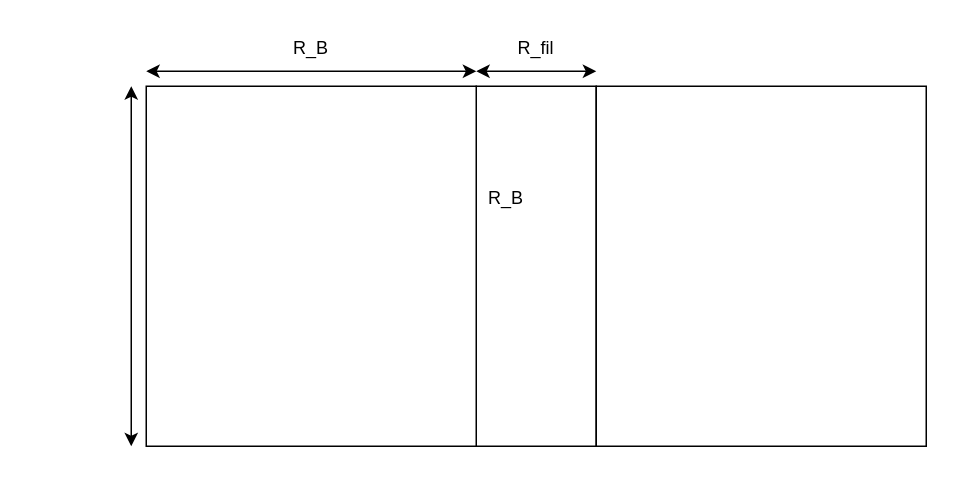
KyuriTaima/CygnusDynamics keeps this draw.io diagram as DrawIo/Filament_géométrie.drawio. Above is the earlier version. Source tidied: cells renumbered, new cells numbered last; positions are measured from the earlier drawing's top-left corner, leaving out a move shared by most shapes. Both pictures are drawn from the tidied source at 150%, with x=0, y=0 at pixel (130, 26).
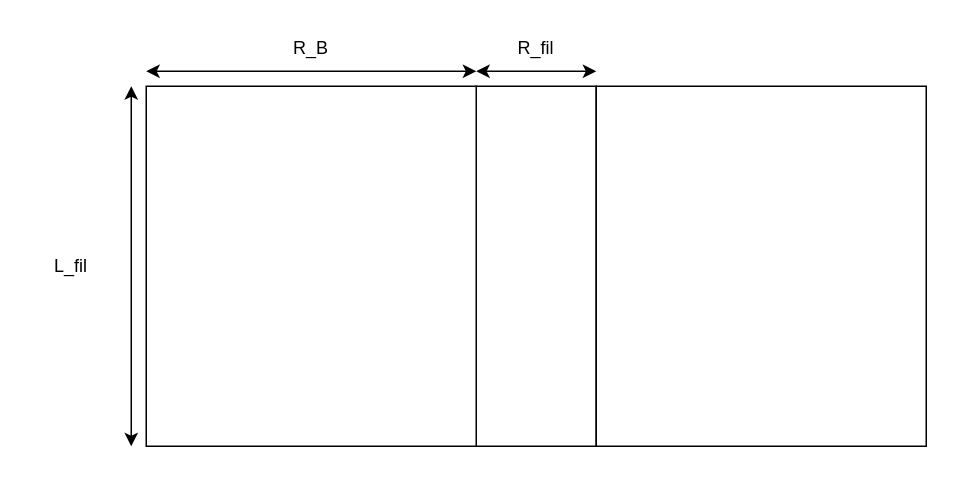
After the change.

Commit message:
Overleaf Connect auto-sync [2026-06-18 11:45:18]

What changed in the source:
```diff
@@
 <mxGraphModel>
   <root>
     <mxCell id="0" />
     <mxCell id="1" parent="0" />
     <mxCell id="2" style="rounded=0;whiteSpace=wrap;html=1;" parent="1" vertex="1">
       <mxGeometry x="230" y="40" width="80" height="240" as="geometry" />
     </mxCell>
     <mxCell id="3" style="rounded=0;whiteSpace=wrap;html=1;" parent="1" vertex="1">
       <mxGeometry x="310" y="40" width="220" height="240" as="geometry" />
     </mxCell>
     <mxCell id="4" style="rounded=0;whiteSpace=wrap;html=1;" parent="1" vertex="1">
       <mxGeometry x="10" y="40" width="220" height="240" as="geometry" />
     </mxCell>
     <mxCell id="5" style="endArrow=classic;startArrow=classic;html=1;rounded=0;" parent="1" edge="1">
       <mxGeometry relative="1" as="geometry">
         <mxPoint x="10" y="30" as="sourcePoint" />
         <mxPoint x="230" y="30" as="targetPoint" />
       </mxGeometry>
     </mxCell>
     <mxCell id="6" value="R_B" style="text;html=1;whiteSpace=wrap;strokeColor=none;fillColor=none;align=center;verticalAlign=middle;rounded=0;" parent="1" vertex="1">
       <mxGeometry x="90" width="60" height="30" as="geometry" />
     </mxCell>
     <mxCell id="7" style="endArrow=classic;startArrow=classic;html=1;rounded=0;" parent="1" edge="1">
       <mxGeometry relative="1" as="geometry">
         <mxPoint x="230" y="30" as="sourcePoint" />
         <mxPoint x="310" y="30" as="targetPoint" />
       </mxGeometry>
     </mxCell>
     <mxCell id="8" value="R_fil" style="text;html=1;whiteSpace=wrap;strokeColor=none;fillColor=none;align=center;verticalAlign=middle;rounded=0;" parent="1" vertex="1">
       <mxGeometry x="240" width="60" height="30" as="geometry" />
     </mxCell>
     <mxCell id="9" style="endArrow=classic;startArrow=classic;html=1;rounded=0;" parent="1" edge="1">
       <mxGeometry relative="1" as="geometry">
         <mxPoint y="280" as="sourcePoint" />
         <mxPoint y="40" as="targetPoint" />
       </mxGeometry>
     </mxCell>
-    <mxCell id="10" value="R_B" style="text;html=1;whiteSpace=wrap;strokeColor=none;fillColor=none;align=center;verticalAlign=middle;rounded=0;" parent="1" vertex="1">
-      <mxGeometry x="220" y="100" width="60" height="30" as="geometry" />
+    <mxCell id="10" value="L_fil" style="text;html=1;whiteSpace=wrap;strokeColor=none;fillColor=none;align=center;verticalAlign=middle;rounded=0;" parent="1" vertex="1">
+      <mxGeometry x="-70" y="145" width="60" height="30" as="geometry" />
     </mxCell>
   </root>
 </mxGraphModel>
```
